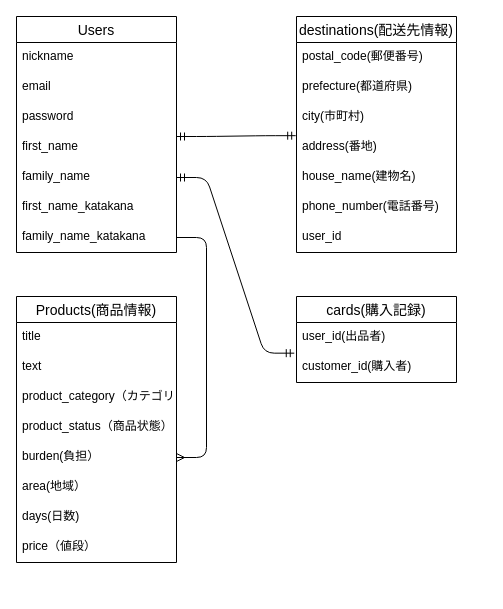
Before: furima.dio in Yukitaka-PG/furima-34482, a draw.io diagram. Source tidied: cells renumbered, new cells numbered last; positions are measured from the earlier drawing's top-left corner, leaving out a move shared by most shapes. Both pictures are drawn from the tidied source at 100%, with x=0, y=0 at pixel (16, 16).
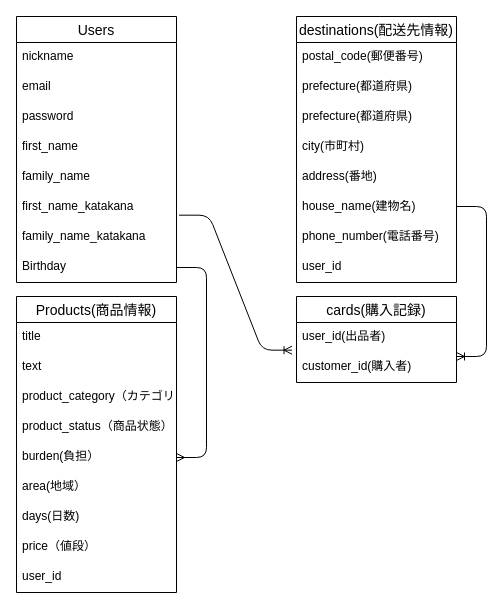
The same page after the edit.

Commit message (it also covers changes not shown here):
指摘箇所修正

The change refers to these unchanged cells:
```xml
<mxCell id="7" value="family_name" style="text;strokeColor=none;fillColor=none;spacingLeft=4;spacingRight=4;overflow=hidden;points=[[0,0.5],[1,0.5]];portConstraint=eastwest;fontSize=12;" parent="2" vertex="1">
  <mxGeometry y="146" width="160" height="30" as="geometry" />
</mxCell>
<mxCell id="8" value="first_name_katakana" style="text;strokeColor=none;fillColor=none;spacingLeft=4;spacingRight=4;overflow=hidden;points=[[0,0.5],[1,0.5]];portConstraint=eastwest;fontSize=12;" parent="2" vertex="1">
  <mxGeometry y="176" width="160" height="30" as="geometry" />
</mxCell>
<mxCell id="28" value="user_id(出品者)" style="text;strokeColor=none;fillColor=none;spacingLeft=4;spacingRight=4;overflow=hidden;points=[[0,0.5],[1,0.5]];portConstraint=eastwest;fontSize=12;" parent="27" vertex="1">
  <mxGeometry y="26" width="160" height="30" as="geometry" />
</mxCell>
<mxCell id="29" value="customer_id(購入者)" style="text;strokeColor=none;fillColor=none;spacingLeft=4;spacingRight=4;overflow=hidden;points=[[0,0.5],[1,0.5]];portConstraint=eastwest;fontSize=12;" parent="27" vertex="1">
  <mxGeometry y="56" width="160" height="30" as="geometry" />
</mxCell>
```

Change to the diagram source:
```diff
@@
     <mxCell id="2" value="Users" style="swimlane;fontStyle=0;horizontal=1;startSize=26;align=center;fontSize=14;direction=east;" parent="1" vertex="1">
-      <mxGeometry width="160" height="236" as="geometry" />
+      <mxGeometry width="160" height="266" as="geometry" />
     </mxCell>
@@
+    <mxCell id="33" value="family_name_katakana" style="text;strokeColor=none;fillColor=none;spacingLeft=4;spacingRight=4;overflow=hidden;fontSize=12;" parent="2" vertex="1">
+      <mxGeometry y="206" width="160" height="30" as="geometry" />
+    </mxCell>
-    <mxCell id="9" value="family_name_katakana" style="text;strokeColor=none;fillColor=none;spacingLeft=4;spacingRight=4;overflow=hidden;points=[[0,0.5],[1,0.5]];portConstraint=eastwest;fontSize=12;" parent="2" vertex="1">
-      <mxGeometry y="206" width="160" height="30" as="geometry" />
+    <mxCell id="9" value="Birthday" style="text;strokeColor=none;fillColor=none;spacingLeft=4;spacingRight=4;overflow=hidden;points=[[0,0.5],[1,0.5]];portConstraint=eastwest;fontSize=12;" parent="2" vertex="1">
+      <mxGeometry y="236" width="160" height="30" as="geometry" />
     </mxCell>
     <mxCell id="10" value="Products(商品情報)" style="swimlane;fontStyle=0;horizontal=1;startSize=26;align=center;fontSize=14;" parent="1" vertex="1">
-      <mxGeometry y="280" width="160" height="266" as="geometry" />
+      <mxGeometry y="280" width="160" height="296" as="geometry" />
     </mxCell>
@@
+    <mxCell id="34" value="user_id" style="text;strokeColor=none;fillColor=none;spacingLeft=4;spacingRight=4;overflow=hidden;fontSize=12;" parent="10" vertex="1">
+      <mxGeometry y="266" width="160" height="30" as="geometry" />
+    </mxCell>
     <mxCell id="19" value="destinations(配送先情報)" style="swimlane;fontStyle=0;horizontal=1;startSize=26;align=center;fontSize=14;" parent="1" vertex="1">
-      <mxGeometry x="280" width="160" height="236" as="geometry" />
+      <mxGeometry x="280" width="160" height="266" as="geometry" />
     </mxCell>
@@
+    <mxCell id="35" value="prefecture(都道府県)" style="text;strokeColor=none;fillColor=none;spacingLeft=4;spacingRight=4;overflow=hidden;fontSize=12;" parent="19" vertex="1">
+      <mxGeometry y="86" width="160" height="30" as="geometry" />
+    </mxCell>
     <mxCell id="22" value="city(市町村)" style="text;strokeColor=none;fillColor=none;spacingLeft=4;spacingRight=4;overflow=hidden;fontSize=12;" parent="19" vertex="1">
-      <mxGeometry y="86" width="160" height="30" as="geometry" />
+      <mxGeometry y="116" width="160" height="30" as="geometry" />
     </mxCell>
     <mxCell id="23" value="address(番地)" style="text;strokeColor=none;fillColor=none;spacingLeft=4;spacingRight=4;overflow=hidden;points=[[0,0.5],[1,0.5]];portConstraint=eastwest;fontSize=12;" parent="19" vertex="1">
-      <mxGeometry y="116" width="160" height="30" as="geometry" />
+      <mxGeometry y="146" width="160" height="30" as="geometry" />
     </mxCell>
     <mxCell id="24" value="house_name(建物名)" style="text;strokeColor=none;fillColor=none;spacingLeft=4;spacingRight=4;overflow=hidden;fontSize=12;" parent="19" vertex="1">
-      <mxGeometry y="146" width="160" height="30" as="geometry" />
+      <mxGeometry y="176" width="160" height="30" as="geometry" />
     </mxCell>
     <mxCell id="25" value="phone_number(電話番号)" style="text;strokeColor=none;fillColor=none;spacingLeft=4;spacingRight=4;overflow=hidden;fontSize=12;" parent="19" vertex="1">
-      <mxGeometry y="176" width="160" height="30" as="geometry" />
+      <mxGeometry y="206" width="160" height="30" as="geometry" />
     </mxCell>
     <mxCell id="26" value="user_id" style="text;strokeColor=none;fillColor=none;spacingLeft=4;spacingRight=4;overflow=hidden;fontSize=12;" parent="19" vertex="1">
-      <mxGeometry y="206" width="160" height="30" as="geometry" />
+      <mxGeometry y="236" width="160" height="30" as="geometry" />
     </mxCell>
@@
-    <mxCell id="31" style="edgeStyle=entityRelationEdgeStyle;fontSize=12;html=1;endArrow=ERmandOne;startArrow=ERmandOne;exitX=-0.014;exitY=0.022;exitDx=0;exitDy=0;exitPerimeter=0;entryX=1;entryY=0.5;entryDx=0;entryDy=0;" parent="1" edge="1" source="29" target="7">
-      <mxGeometry relative="1" as="geometry" />
-    </mxCell>
-    <mxCell id="32" style="edgeStyle=entityRelationEdgeStyle;fontSize=12;html=1;endArrow=ERmandOne;startArrow=ERmandOne;entryX=-0.005;entryY=0.106;entryDx=0;entryDy=0;entryPerimeter=0;" parent="1" edge="1" target="23">
-      <mxGeometry relative="1" as="geometry">
-        <mxPoint x="160" y="120" as="sourcePoint" />
-      </mxGeometry>
-    </mxCell>
+    <mxCell id="36" style="edgeStyle=entityRelationEdgeStyle;fontSize=12;html=1;endArrow=ERoneToMany;exitX=1.016;exitY=0.756;exitDx=0;exitDy=0;exitPerimeter=0;entryX=-0.028;entryY=0.922;entryDx=0;entryDy=0;entryPerimeter=0;" parent="1" edge="1" source="8" target="28">
+      <mxGeometry relative="1" as="geometry" />
+    </mxCell>
+    <mxCell id="37" style="edgeStyle=entityRelationEdgeStyle;fontSize=12;html=1;endArrow=ERoneToMany;entryX=1;entryY=0.133;entryDx=0;entryDy=0;entryPerimeter=0;" parent="1" edge="1" target="29">
+      <mxGeometry relative="1" as="geometry">
+        <mxPoint x="440" y="190" as="sourcePoint" />
+      </mxGeometry>
+    </mxCell>
```
